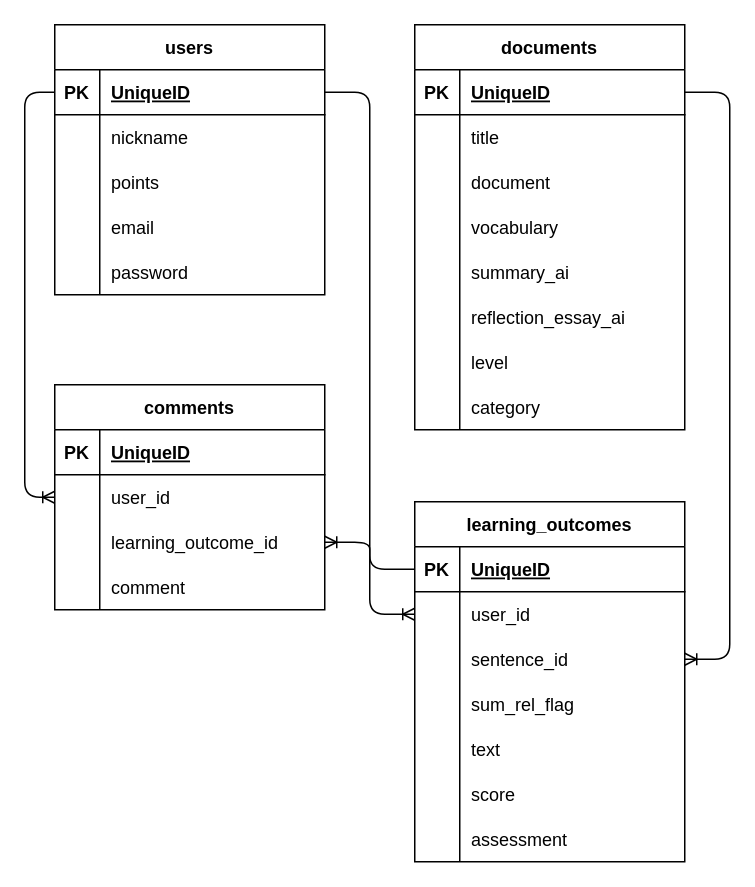
The draw.io diagram ER.dio in keisuke10009/ai_study, before the edit. Source tidied: cells renumbered, new cells numbered last; positions are measured from the earlier drawing's top-left corner, leaving out a move shared by most shapes. Both pictures are drawn from the tidied source at 150%, with x=0, y=0 at pixel (24, 24).
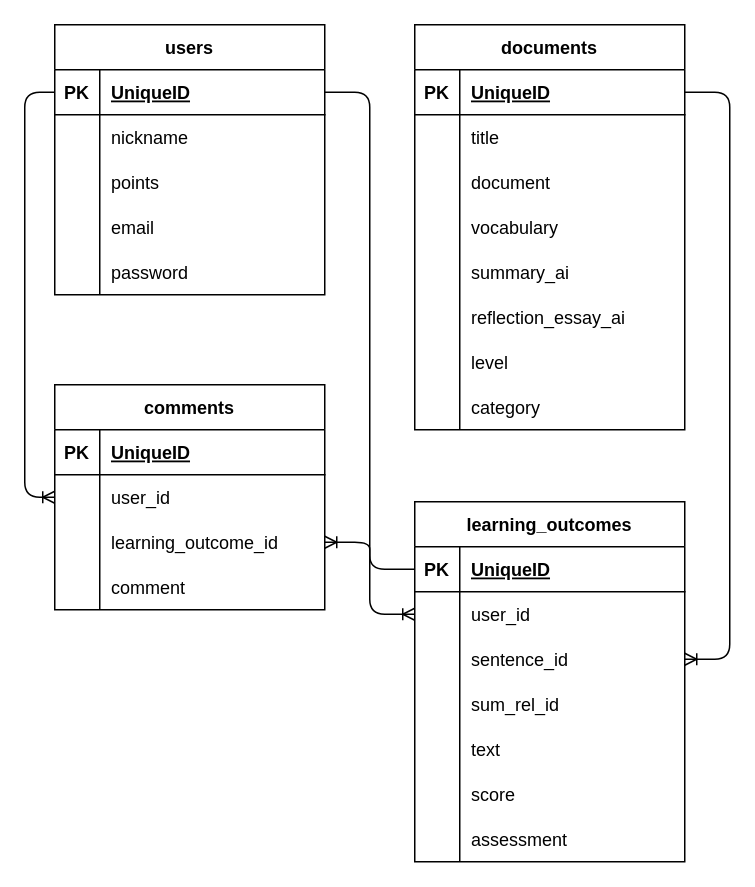
The same diagram, later.

Unchanged cells that the change refers to:
```xml
<mxCell id="66" style="shape=tableRow;horizontal=0;startSize=0;swimlaneHead=0;swimlaneBody=0;fillColor=none;top=0;left=0;right=0;bottom=0;" parent="56" vertex="1">
  <mxGeometry y="120" width="180" height="30" as="geometry" />
</mxCell>
```

The edit, as a diff of the source:
```diff
@@
-    <mxCell id="68" value="sum_rel_flag" style="shape=partialRectangle;fillColor=none;top=0;left=0;bottom=0;right=0;align=left;spacingLeft=6;overflow=hidden;" parent="66" vertex="1">
+    <mxCell id="68" value="sum_rel_id" style="shape=partialRectangle;fillColor=none;top=0;left=0;bottom=0;right=0;align=left;spacingLeft=6;overflow=hidden;" parent="66" vertex="1">
       <mxGeometry x="30" width="150" height="30" as="geometry" />
     </mxCell>
```
